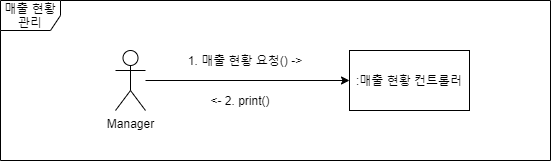
distroytest/KNUSD-20202-Team05 keeps this draw.io diagram as 상세명세서/Behavioral Model/communication diagram/매출현황관리 communication diagram.png. Above is the earlier version. Source tidied: cells renumbered, new cells last; positions are measured from the earlier drawing's top-left corner, leaving out a move shared by most shapes.
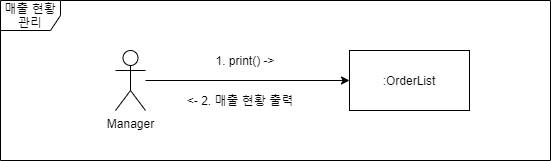
After the commit.

Commit message:
Update 매출현황관리 communication diagram.png

Change to the diagram source:
```diff
@@ -8,16 +8,16 @@
     <mxCell id="3" value="Manager" style="shape=umlActor;verticalLabelPosition=bottom;verticalAlign=top;html=1;outlineConnect=0;" parent="1" vertex="1">
       <mxGeometry x="115" y="50" width="30" height="60" as="geometry" />
     </mxCell>
-    <mxCell id="4" value=":매출 현황 컨트롤러" style="rounded=0;whiteSpace=wrap;html=1;" parent="1" vertex="1">
+    <mxCell id="4" value=":OrderList" style="rounded=0;whiteSpace=wrap;html=1;" parent="1" vertex="1">
       <mxGeometry x="349" y="50" width="120" height="60" as="geometry" />
     </mxCell>
-    <mxCell id="5" value="1. 매출 현황 요청() -&amp;gt;" style="text;html=1;strokeColor=none;fillColor=none;align=center;verticalAlign=middle;whiteSpace=wrap;rounded=0;" parent="1" vertex="1">
+    <mxCell id="5" value="1. print() -&amp;gt;" style="text;html=1;strokeColor=none;fillColor=none;align=center;verticalAlign=middle;whiteSpace=wrap;rounded=0;" parent="1" vertex="1">
       <mxGeometry x="160" y="50" width="170" height="20" as="geometry" />
     </mxCell>
     <mxCell id="6" value="매출 현황 관리" style="shape=umlFrame;whiteSpace=wrap;html=1;" parent="1" vertex="1">
       <mxGeometry width="550" height="160" as="geometry" />
     </mxCell>
-    <mxCell id="7" value="&amp;lt;- 2. print()" style="text;html=1;strokeColor=none;fillColor=none;align=center;verticalAlign=middle;whiteSpace=wrap;rounded=0;" parent="1" vertex="1">
+    <mxCell id="7" value="&amp;lt;- 2. 매출 현황 출력" style="text;html=1;strokeColor=none;fillColor=none;align=center;verticalAlign=middle;whiteSpace=wrap;rounded=0;" parent="1" vertex="1">
       <mxGeometry x="180" y="90" width="120" height="20" as="geometry" />
     </mxCell>
   </root>
```
